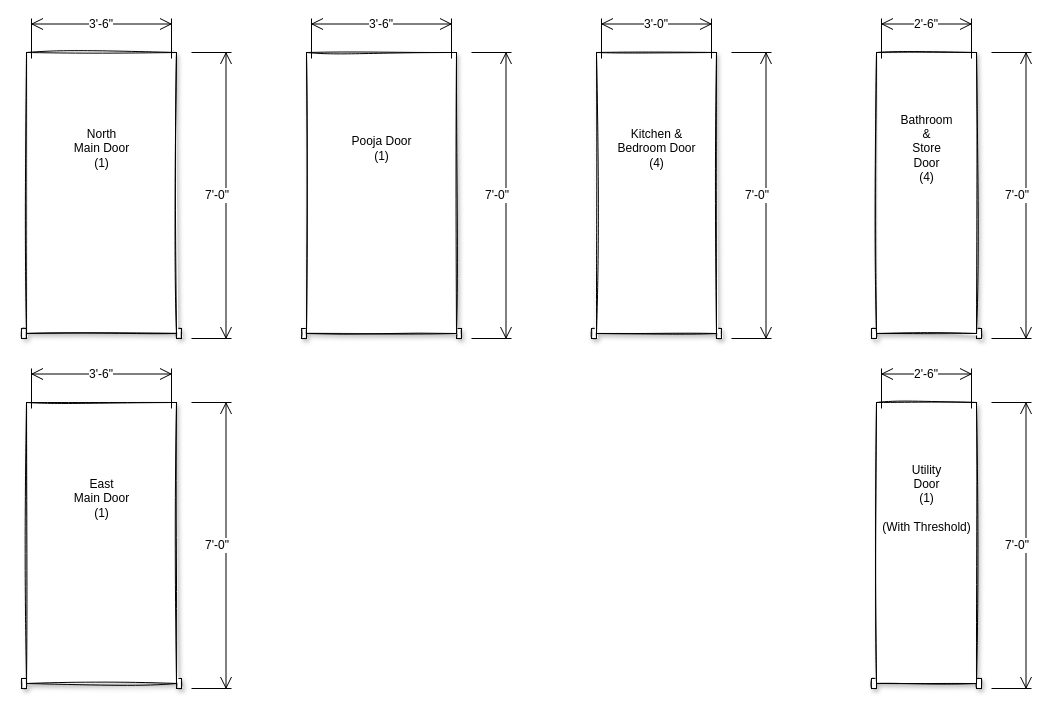
The draw.io diagram page "GF Doors" (1 of 4) of Doors_Windows.drawio in gudiseva/arvind, before the edit. Source tidied: cells renumbered, new cells numbered last; positions are measured from the earlier drawing's top-left corner, leaving out a move shared by most shapes. Both pictures are drawn from the tidied source at 100%, with x=0, y=0 at pixel (21, 18).
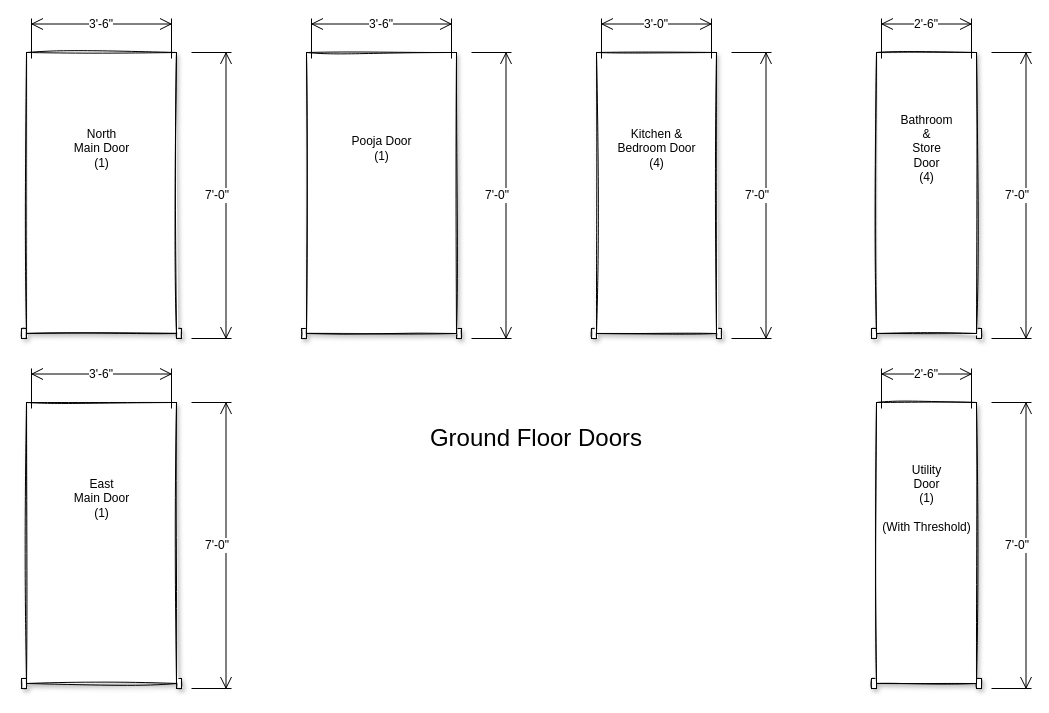
After the change.

What changed in the source:
```diff
@@
+    <mxCell id="26" value="&lt;font style=&quot;font-size: 24px&quot;&gt;Ground Floor Doors&lt;/font&gt;" style="text;html=1;strokeColor=none;fillColor=none;align=center;verticalAlign=middle;whiteSpace=wrap;rounded=0;" parent="1" vertex="1">
+      <mxGeometry x="380" y="390" width="270" height="60" as="geometry" />
+    </mxCell>
```
